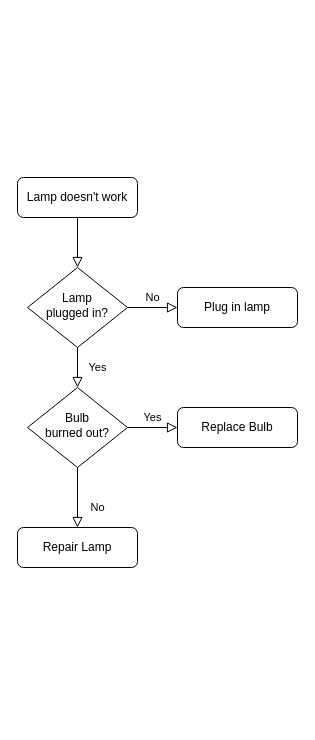
LCogo/CursoSenaiFullStack keeps this draw.io diagram as UC8 - Lógica de Programação/Untitled Diagram.drawio. Above is the earlier version. Source tidied: cells renumbered, new cells numbered last; positions are measured from the earlier drawing's top-left corner, leaving out a move shared by most shapes. Both pictures are drawn from the tidied source at 100%, with x=0, y=0 at pixel (17, 177).
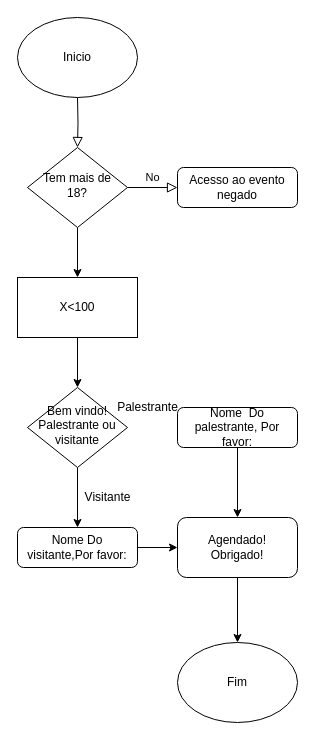
Above is the later version.

Diff of the diagram source:
```diff
@@
-    <mxCell id="2" style="rounded=0;html=1;jettySize=auto;fontSize=11;endArrow=block;endFill=0;endSize=8;strokeWidth=1;shadow=0;labelBackgroundColor=none;edgeStyle=orthogonalEdgeStyle;" parent="1" edge="1" source="3" target="6">
-      <mxGeometry relative="1" as="geometry" />
+    <mxCell id="2" style="rounded=0;html=1;jettySize=auto;fontSize=11;endArrow=block;endFill=0;endSize=8;strokeWidth=1;shadow=0;labelBackgroundColor=none;edgeStyle=orthogonalEdgeStyle;" parent="1" edge="1" target="6">
+      <mxGeometry relative="1" as="geometry">
+        <mxPoint x="60" y="-80" as="sourcePoint" />
+      </mxGeometry>
     </mxCell>
-    <mxCell id="3" value="Lamp doesn't work" style="rounded=1;whiteSpace=wrap;html=1;fontSize=12;glass=0;strokeWidth=1;shadow=0;" parent="1" vertex="1">
-      <mxGeometry width="120" height="40" as="geometry" />
-    </mxCell>
-    <mxCell id="4" value="Yes" style="rounded=0;html=1;jettySize=auto;fontSize=11;endArrow=block;endFill=0;endSize=8;strokeWidth=1;shadow=0;labelBackgroundColor=none;edgeStyle=orthogonalEdgeStyle;" parent="1" edge="1" source="6" target="10">
-      <mxGeometry y="20" relative="1" as="geometry" />
-    </mxCell>
@@
+    <mxCell id="13" style="edgeStyle=orthogonalEdgeStyle;rounded=0;jettySize=auto;html=1;" parent="1" edge="1" source="6" target="23">
+      <mxGeometry relative="1" as="geometry" />
+    </mxCell>
-    <mxCell id="6" value="Lamp&lt;br&gt;plugged in?" style="rhombus;whiteSpace=wrap;html=1;shadow=0;fontFamily=Helvetica;fontSize=12;align=center;strokeWidth=1;spacing=6;spacingTop=-4;" parent="1" vertex="1">
-      <mxGeometry x="10" y="90" width="100" height="80" as="geometry" />
+    <mxCell id="6" value="Tem mais de 18?" style="rhombus;whiteSpace=wrap;html=1;shadow=0;fontFamily=Helvetica;fontSize=12;align=center;strokeWidth=1;spacing=6;spacingTop=-4;" parent="1" vertex="1">
+      <mxGeometry x="10" y="-30" width="100" height="80" as="geometry" />
     </mxCell>
-    <mxCell id="7" value="Plug in lamp" style="rounded=1;whiteSpace=wrap;html=1;fontSize=12;glass=0;strokeWidth=1;shadow=0;" parent="1" vertex="1">
-      <mxGeometry x="160" y="110" width="120" height="40" as="geometry" />
+    <mxCell id="7" value="Acesso ao evento negado" style="rounded=1;whiteSpace=wrap;html=1;fontSize=12;glass=0;strokeWidth=1;shadow=0;" parent="1" vertex="1">
+      <mxGeometry x="160" y="-10" width="120" height="40" as="geometry" />
     </mxCell>
-    <mxCell id="8" value="No" style="rounded=0;html=1;jettySize=auto;fontSize=11;endArrow=block;endFill=0;endSize=8;strokeWidth=1;shadow=0;labelBackgroundColor=none;edgeStyle=orthogonalEdgeStyle;" parent="1" edge="1" source="10" target="11">
-      <mxGeometry x="0.33" y="20" relative="1" as="geometry" />
+    <mxCell id="8" style="edgeStyle=orthogonalEdgeStyle;rounded=0;jettySize=auto;html=1;" parent="1" edge="1" source="10" target="11">
+      <mxGeometry relative="1" as="geometry" />
     </mxCell>
-    <mxCell id="9" value="Yes" style="edgeStyle=orthogonalEdgeStyle;rounded=0;html=1;jettySize=auto;fontSize=11;endArrow=block;endFill=0;endSize=8;strokeWidth=1;shadow=0;labelBackgroundColor=none;" parent="1" edge="1" source="10" target="12">
-      <mxGeometry y="10" relative="1" as="geometry" />
-    </mxCell>
-    <mxCell id="10" value="Bulb&lt;br&gt;burned out?" style="rhombus;whiteSpace=wrap;html=1;shadow=0;fontFamily=Helvetica;fontSize=12;align=center;strokeWidth=1;spacing=6;spacingTop=-4;" parent="1" vertex="1">
+    <mxCell id="10" value="Bem vindo!&lt;br&gt;Palestrante ou visitante" style="rhombus;whiteSpace=wrap;html=1;shadow=0;fontFamily=Helvetica;fontSize=12;align=center;strokeWidth=1;spacing=6;spacingTop=-4;" parent="1" vertex="1">
       <mxGeometry x="10" y="210" width="100" height="80" as="geometry" />
     </mxCell>
+    <mxCell id="14" style="edgeStyle=orthogonalEdgeStyle;rounded=0;jettySize=auto;html=1;entryX=0;entryY=0.5;entryDx=0;entryDy=0;" parent="1" edge="1" source="11" target="19">
+      <mxGeometry relative="1" as="geometry" />
+    </mxCell>
-    <mxCell id="11" value="Repair Lamp" style="rounded=1;whiteSpace=wrap;html=1;fontSize=12;glass=0;strokeWidth=1;shadow=0;" parent="1" vertex="1">
+    <mxCell id="11" value="Nome Do visitante,Por favor:" style="rounded=1;whiteSpace=wrap;html=1;fontSize=12;glass=0;strokeWidth=1;shadow=0;" parent="1" vertex="1">
       <mxGeometry y="350" width="120" height="40" as="geometry" />
     </mxCell>
+    <mxCell id="15" style="edgeStyle=orthogonalEdgeStyle;rounded=0;jettySize=auto;html=1;" parent="1" edge="1" source="12" target="19">
+      <mxGeometry relative="1" as="geometry" />
+    </mxCell>
-    <mxCell id="12" value="Replace Bulb" style="rounded=1;whiteSpace=wrap;html=1;fontSize=12;glass=0;strokeWidth=1;shadow=0;" parent="1" vertex="1">
+    <mxCell id="12" value="Nome&amp;nbsp; Do palestrante, Por favor:" style="rounded=1;whiteSpace=wrap;html=1;fontSize=12;glass=0;strokeWidth=1;shadow=0;" parent="1" vertex="1">
       <mxGeometry x="160" y="230" width="120" height="40" as="geometry" />
     </mxCell>
+    <mxCell id="16" value="Palestrante" style="text;html=1;align=center;verticalAlign=middle;fillColor=none;strokeColor=none;rounded=0;" parent="1" vertex="1">
+      <mxGeometry x="90" y="220" width="80" height="20" as="geometry" />
+    </mxCell>
+    <mxCell id="17" value="Visitante" style="text;html=1;align=center;verticalAlign=middle;fillColor=none;strokeColor=none;rounded=0;" parent="1" vertex="1">
+      <mxGeometry x="60" y="310" width="60" height="20" as="geometry" />
+    </mxCell>
+    <mxCell id="18" style="edgeStyle=orthogonalEdgeStyle;rounded=0;jettySize=auto;html=1;" parent="1" edge="1" source="19" target="20">
+      <mxGeometry relative="1" as="geometry" />
+    </mxCell>
+    <mxCell id="19" value="Agendado!&lt;br&gt;Obrigado!" style="whiteSpace=wrap;html=1;rounded=1;glass=0;strokeWidth=1;shadow=0;" parent="1" vertex="1">
+      <mxGeometry x="160" y="340" width="120" height="60" as="geometry" />
+    </mxCell>
+    <mxCell id="20" value="Fim" style="ellipse;whiteSpace=wrap;html=1;" parent="1" vertex="1">
+      <mxGeometry x="160" y="465" width="120" height="80" as="geometry" />
+    </mxCell>
+    <mxCell id="21" value="Inicio" style="ellipse;whiteSpace=wrap;html=1;" parent="1" vertex="1">
+      <mxGeometry y="-160" width="120" height="80" as="geometry" />
+    </mxCell>
+    <mxCell id="22" style="edgeStyle=orthogonalEdgeStyle;rounded=0;jettySize=auto;html=1;entryX=0.5;entryY=0;entryDx=0;entryDy=0;" parent="1" edge="1" source="23" target="10">
+      <mxGeometry relative="1" as="geometry" />
+    </mxCell>
+    <mxCell id="23" value="X&amp;lt;100" style="rounded=0;whiteSpace=wrap;html=1;" parent="1" vertex="1">
+      <mxGeometry y="100" width="120" height="60" as="geometry" />
+    </mxCell>
```
